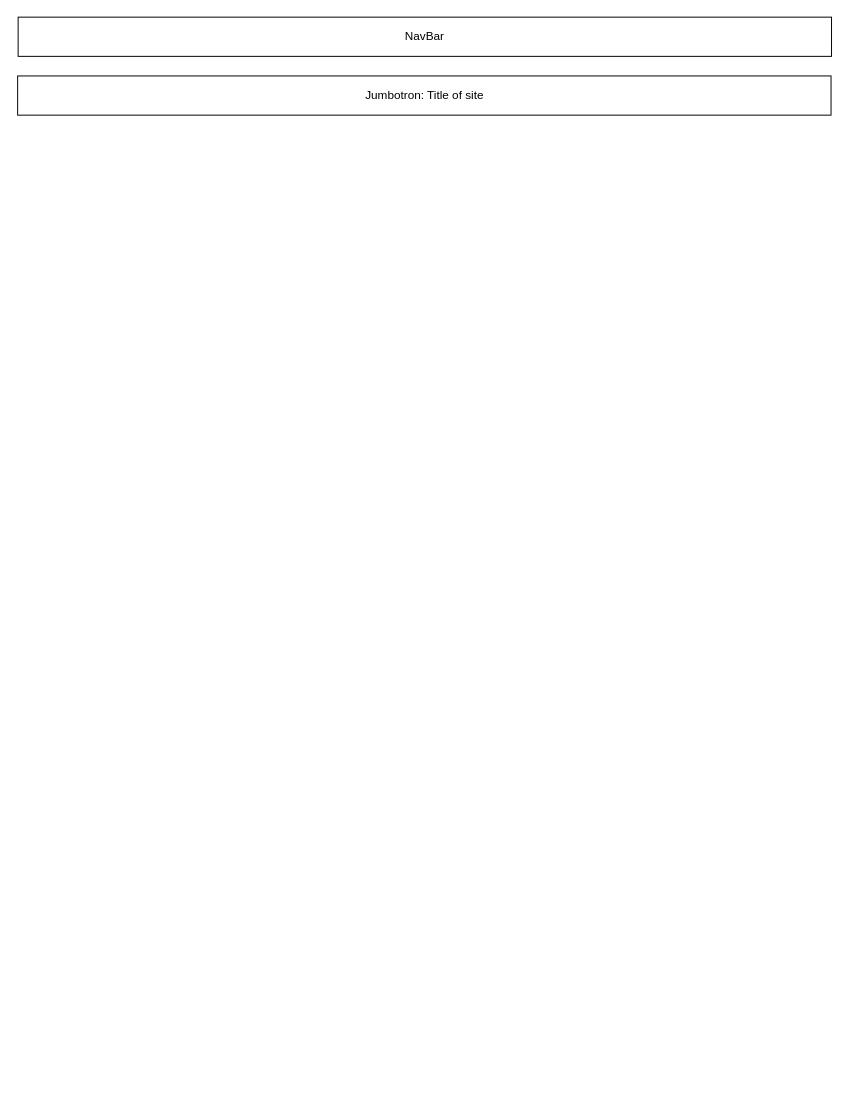
the-master-chefs/rockclimbingapp keeps this draw.io diagram as page "RegistrationPage" (2 of 8) of Untitled Diagram.drawio. Above is the earlier version. Source tidied: cells renumbered, new cells numbered last; positions are measured from the earlier drawing's top-left corner, leaving out a move shared by most shapes. Both pictures are drawn from the tidied source at 98%, with x=0, y=0 at pixel (18, 17).
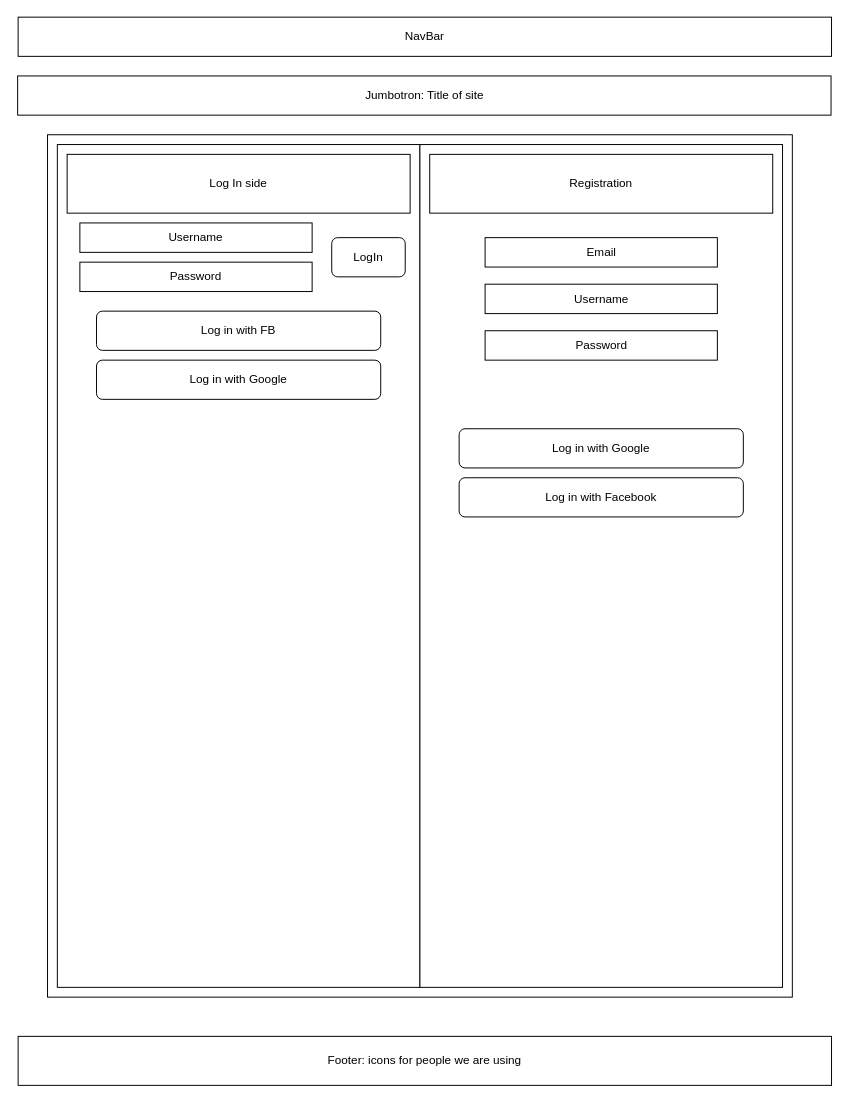
Above is the later version.

Diff of the diagram source:
```diff
@@
 <mxGraphModel>
   <root>
     <mxCell id="0" />
     <mxCell id="1" parent="0" />
     <mxCell id="2" value="NavBar" style="rounded=0;whiteSpace=wrap;html=1;" parent="1" vertex="1">
       <mxGeometry width="830" height="40" as="geometry" />
     </mxCell>
     <mxCell id="3" value="Jumbotron: Title of site" style="rounded=0;whiteSpace=wrap;html=1;" parent="1" vertex="1">
       <mxGeometry x="-0.5" y="60" width="830" height="40" as="geometry" />
     </mxCell>
+    <mxCell id="4" style="rounded=0;whiteSpace=wrap;html=1;" parent="1" vertex="1">
+      <mxGeometry x="30" y="120" width="760" height="880" as="geometry" />
+    </mxCell>
+    <mxCell id="5" value="Footer: icons for people we are using" style="rounded=0;whiteSpace=wrap;html=1;" parent="1" vertex="1">
+      <mxGeometry y="1040" width="830" height="50" as="geometry" />
+    </mxCell>
+    <mxCell id="6" style="rounded=0;whiteSpace=wrap;html=1;" parent="1" vertex="1">
+      <mxGeometry x="40" y="130" width="370" height="860" as="geometry" />
+    </mxCell>
+    <mxCell id="7" style="rounded=0;whiteSpace=wrap;html=1;" parent="1" vertex="1">
+      <mxGeometry x="410" y="130" width="370" height="860" as="geometry" />
+    </mxCell>
+    <mxCell id="8" value="Username" style="rounded=0;whiteSpace=wrap;html=1;" parent="1" vertex="1">
+      <mxGeometry x="63" y="210" width="237" height="30" as="geometry" />
+    </mxCell>
+    <mxCell id="9" value="Password" style="rounded=0;whiteSpace=wrap;html=1;" parent="1" vertex="1">
+      <mxGeometry x="63" y="250" width="237" height="30" as="geometry" />
+    </mxCell>
+    <mxCell id="10" value="LogIn" style="rounded=1;whiteSpace=wrap;html=1;" parent="1" vertex="1">
+      <mxGeometry x="320" y="225" width="75" height="40" as="geometry" />
+    </mxCell>
+    <mxCell id="11" value="Log in with FB" style="rounded=1;whiteSpace=wrap;html=1;" parent="1" vertex="1">
+      <mxGeometry x="80" y="300" width="290" height="40" as="geometry" />
+    </mxCell>
+    <mxCell id="12" value="Log in with Google" style="rounded=1;whiteSpace=wrap;html=1;" parent="1" vertex="1">
+      <mxGeometry x="80" y="350" width="290" height="40" as="geometry" />
+    </mxCell>
+    <mxCell id="13" value="Log In side" style="rounded=0;whiteSpace=wrap;html=1;" parent="1" vertex="1">
+      <mxGeometry x="50" y="140" width="350" height="60" as="geometry" />
+    </mxCell>
+    <mxCell id="14" value="Email" style="rounded=0;whiteSpace=wrap;html=1;" parent="1" vertex="1">
+      <mxGeometry x="476.5" y="225" width="237" height="30" as="geometry" />
+    </mxCell>
+    <mxCell id="15" value="Username" style="rounded=0;whiteSpace=wrap;html=1;" parent="1" vertex="1">
+      <mxGeometry x="476.5" y="272.5" width="237" height="30" as="geometry" />
+    </mxCell>
+    <mxCell id="16" value="Password" style="rounded=0;whiteSpace=wrap;html=1;" parent="1" vertex="1">
+      <mxGeometry x="476.5" y="320" width="237" height="30" as="geometry" />
+    </mxCell>
+    <mxCell id="17" value="Registration" style="rounded=0;whiteSpace=wrap;html=1;" parent="1" vertex="1">
+      <mxGeometry x="420" y="140" width="350" height="60" as="geometry" />
+    </mxCell>
+    <mxCell id="18" value="Log in with Google" style="rounded=1;whiteSpace=wrap;html=1;" parent="1" vertex="1">
+      <mxGeometry x="450" y="420" width="290" height="40" as="geometry" />
+    </mxCell>
+    <mxCell id="19" value="Log in with Facebook" style="rounded=1;whiteSpace=wrap;html=1;" parent="1" vertex="1">
+      <mxGeometry x="450" y="470" width="290" height="40" as="geometry" />
+    </mxCell>
   </root>
 </mxGraphModel>
```
